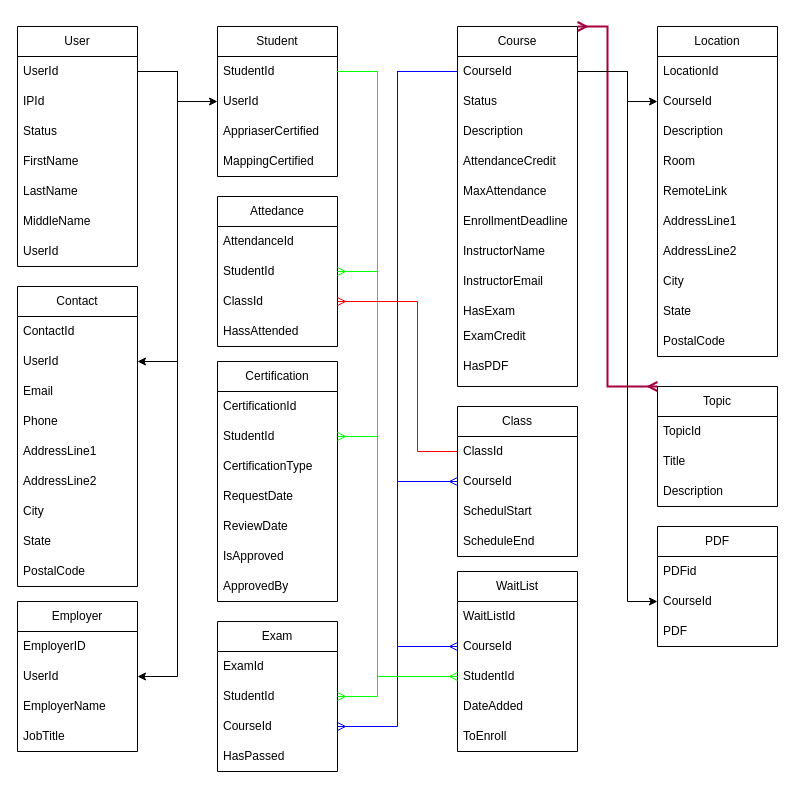
Above: notes/Data_Model_Diagram_01.drawio in ArthurEOrtiz/ISTC-Education (draw.io), before the change. Source tidied: cells renumbered, new cells numbered last; positions are measured from the earlier drawing's top-left corner, leaving out a move shared by most shapes. Both pictures are drawn from the tidied source at 100%, with x=0, y=0 at pixel (17, 26).
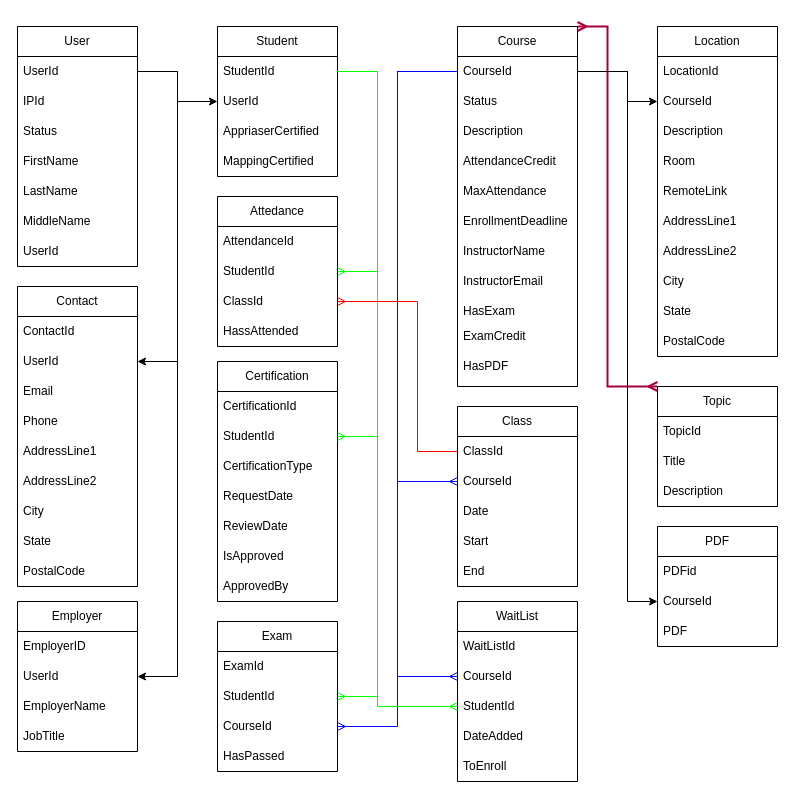
The same diagram, later.

Commit message (it also covers changes not shown here):
reshaping data model

The change refers to these unchanged cells:
```xml
<mxCell id="22" value="StudentId" style="text;strokeColor=none;fillColor=none;align=left;verticalAlign=middle;spacingLeft=4;spacingRight=4;overflow=hidden;points=[[0,0.5],[1,0.5]];portConstraint=eastwest;whiteSpace=wrap;html=1;" parent="21" vertex="1">
  <mxGeometry y="30" width="120" height="30" as="geometry" />
</mxCell>
<mxCell id="49" value="CourseId" style="text;strokeColor=none;fillColor=none;align=left;verticalAlign=middle;spacingLeft=4;spacingRight=4;overflow=hidden;points=[[0,0.5],[1,0.5]];portConstraint=eastwest;whiteSpace=wrap;html=1;" parent="48" vertex="1">
  <mxGeometry y="30" width="120" height="30" as="geometry" />
</mxCell>
<mxCell id="86" value="CourseId" style="text;strokeColor=none;fillColor=none;align=left;verticalAlign=middle;spacingLeft=4;spacingRight=4;overflow=hidden;points=[[0,0.5],[1,0.5]];portConstraint=eastwest;whiteSpace=wrap;html=1;" parent="84" vertex="1">
  <mxGeometry y="60" width="120" height="30" as="geometry" />
</mxCell>
<mxCell id="87" value="StudentId" style="text;strokeColor=none;fillColor=none;align=left;verticalAlign=middle;spacingLeft=4;spacingRight=4;overflow=hidden;points=[[0,0.5],[1,0.5]];portConstraint=eastwest;whiteSpace=wrap;html=1;" parent="84" vertex="1">
  <mxGeometry y="90" width="120" height="30" as="geometry" />
</mxCell>
```

Change to the diagram source:
```diff
@@
     <mxCell id="73" value="Class" style="swimlane;fontStyle=0;horizontal=1;startSize=30;whiteSpace=wrap;html=1;" parent="1" vertex="1">
-      <mxGeometry x="440" y="380" width="120" height="150" as="geometry" />
+      <mxGeometry x="440" y="380" width="120" height="180" as="geometry" />
     </mxCell>
@@
-    <mxCell id="76" value="SchedulStart" style="text;strokeColor=none;fillColor=none;align=left;verticalAlign=middle;spacingLeft=4;spacingRight=4;overflow=hidden;whiteSpace=wrap;html=1;" parent="73" vertex="1">
+    <mxCell id="76" value="Date" style="text;strokeColor=none;fillColor=none;align=left;verticalAlign=middle;spacingLeft=4;spacingRight=4;overflow=hidden;whiteSpace=wrap;html=1;" parent="73" vertex="1">
       <mxGeometry y="90" width="120" height="30" as="geometry" />
     </mxCell>
-    <mxCell id="77" value="ScheduleEnd" style="text;strokeColor=none;fillColor=none;align=left;verticalAlign=middle;spacingLeft=4;spacingRight=4;overflow=hidden;whiteSpace=wrap;html=1;" parent="73" vertex="1">
+    <mxCell id="77" value="Start" style="text;strokeColor=none;fillColor=none;align=left;verticalAlign=middle;spacingLeft=4;spacingRight=4;overflow=hidden;whiteSpace=wrap;html=1;" parent="73" vertex="1">
       <mxGeometry y="120" width="120" height="30" as="geometry" />
     </mxCell>
+    <mxCell id="104" value="End" style="text;strokeColor=none;fillColor=none;align=left;verticalAlign=middle;spacingLeft=4;spacingRight=4;overflow=hidden;whiteSpace=wrap;html=1;" parent="73" vertex="1">
+      <mxGeometry y="150" width="120" height="30" as="geometry" />
+    </mxCell>
@@
     <mxCell id="84" value="WaitList" style="swimlane;fontStyle=0;horizontal=1;startSize=30;whiteSpace=wrap;html=1;" parent="1" vertex="1">
-      <mxGeometry x="440" y="545" width="120" height="180" as="geometry" />
+      <mxGeometry x="440" y="575" width="120" height="180" as="geometry" />
     </mxCell>
@@
     <mxCell id="90" style="edgeStyle=orthogonalEdgeStyle;rounded=0;jettySize=auto;html=1;exitX=0;exitY=0.5;exitDx=0;exitDy=0;entryX=0;entryY=0.5;entryDx=0;entryDy=0;endArrow=ERmany;endFill=0;strokeColor=#0000ff;" parent="1" edge="1" source="49" target="86">
       <mxGeometry relative="1" as="geometry">
         <Array as="points">
           <mxPoint x="380" y="45" />
-          <mxPoint x="380" y="620" />
+          <mxPoint x="380" y="650" />
         </Array>
       </mxGeometry>
     </mxCell>
     <mxCell id="91" style="edgeStyle=orthogonalEdgeStyle;rounded=0;jettySize=auto;html=1;exitX=1;exitY=0.5;exitDx=0;exitDy=0;entryX=0;entryY=0.5;entryDx=0;entryDy=0;endArrow=ERmany;endFill=0;strokeColor=#00ff00;" parent="1" edge="1" source="22" target="87">
       <mxGeometry relative="1" as="geometry">
         <Array as="points">
           <mxPoint x="360" y="45" />
-          <mxPoint x="360" y="650" />
+          <mxPoint x="360" y="680" />
         </Array>
       </mxGeometry>
     </mxCell>
```
